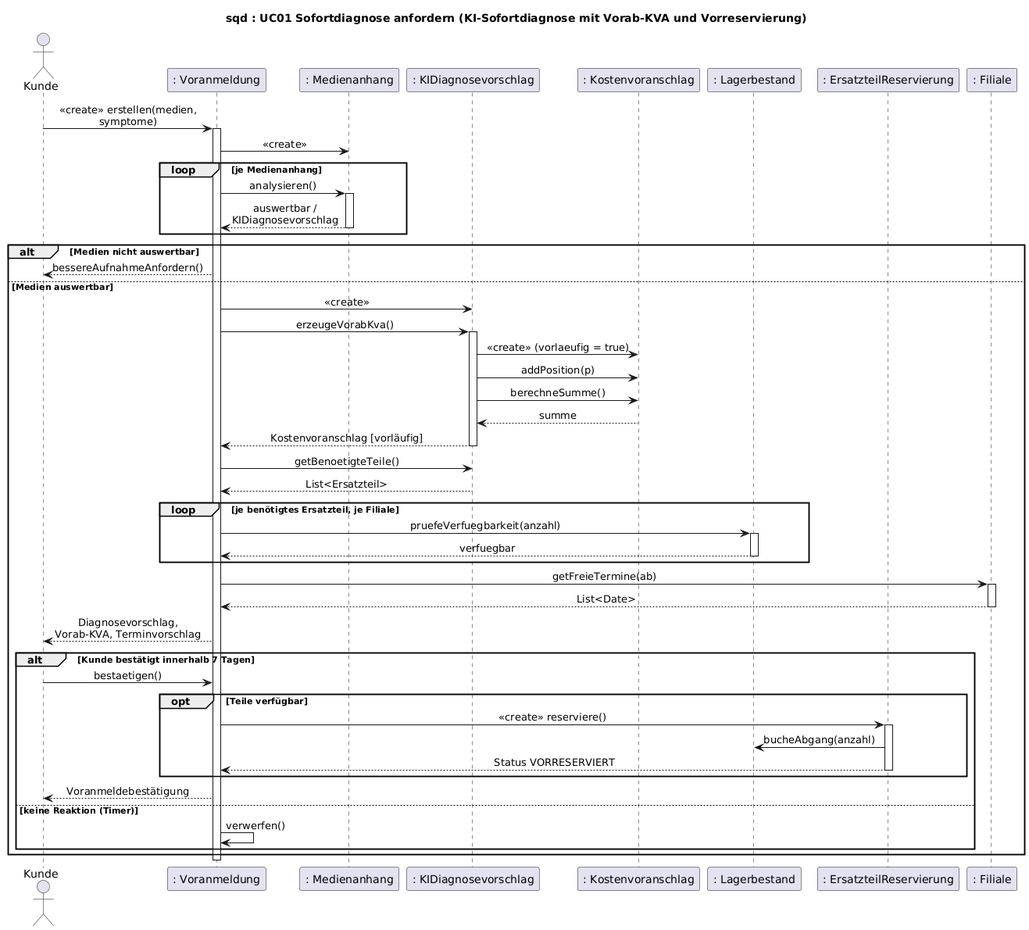
This is uml/sequenz-01-sofortdiagnose.png from jakobschwan123-cmd/casestudy-semester-3, a PlantUML export, as it was before one commit. Its diagram source:
```plantuml
@startuml
title sqd : UC01 Sofortdiagnose anfordern (KI-Sofortdiagnose mit Vorab-KVA und Vorreservierung)
skinparam defaultFontName Arial
skinparam sequenceMessageAlign center
skinparam maxMessageSize 200
actor Kunde
participant ": Voranmeldung" as VA
participant ": Medienanhang" as MA
participant ": KIDiagnosevorschlag" as KI
participant ": Kostenvoranschlag" as KVA
participant ": Lagerbestand" as LB
participant ": ErsatzteilReservierung" as RES
participant ": Filiale" as FIL

Kunde -> VA : <<create>> erstellen(medien, symptome)
activate VA
VA -> MA : <<create>>
loop je Medienanhang
    VA -> MA : analysieren()
    activate MA
    MA --> VA : auswertbar / KIDiagnosevorschlag
    deactivate MA
end
alt Medien nicht auswertbar
    VA --> Kunde : bessereAufnahmeAnfordern()
else Medien auswertbar
    VA -> KI : <<create>>
    VA -> KI : erzeugeVorabKva()
    activate KI
    KI -> KVA : <<create>> (vorlaeufig = true)
    KI -> KVA : addPosition(p)
    KI -> KVA : berechneSumme()
    KVA --> KI : summe
    KI --> VA : Kostenvoranschlag [vorläufig]
    deactivate KI
    VA -> KI : getBenoetigteTeile()
    KI --> VA : List<Ersatzteil>
    loop je benötigtes Ersatzteil, je Filiale
        VA -> LB : pruefeVerfuegbarkeit(anzahl)
        activate LB
        LB --> VA : verfuegbar
        deactivate LB
    end
    VA -> FIL : getFreieTermine(ab)
    activate FIL
    FIL --> VA : List<Date>
    deactivate FIL
    VA --> Kunde : Diagnosevorschlag, Vorab-KVA, Terminvorschlag
    alt Kunde bestätigt innerhalb 7 Tagen
        Kunde -> VA : bestaetigen()
        opt Teile verfügbar
            VA -> RES : <<create>> reserviere()
            activate RES
            RES -> LB : bucheAbgang(anzahl)
            RES --> VA : Status VORRESERVIERT
            deactivate RES
        end
        VA --> Kunde : Voranmeldebestätigung
    else keine Reaktion (Timer)
        VA -> VA : verwerfen()
    end
end
deactivate VA
@enduml
```
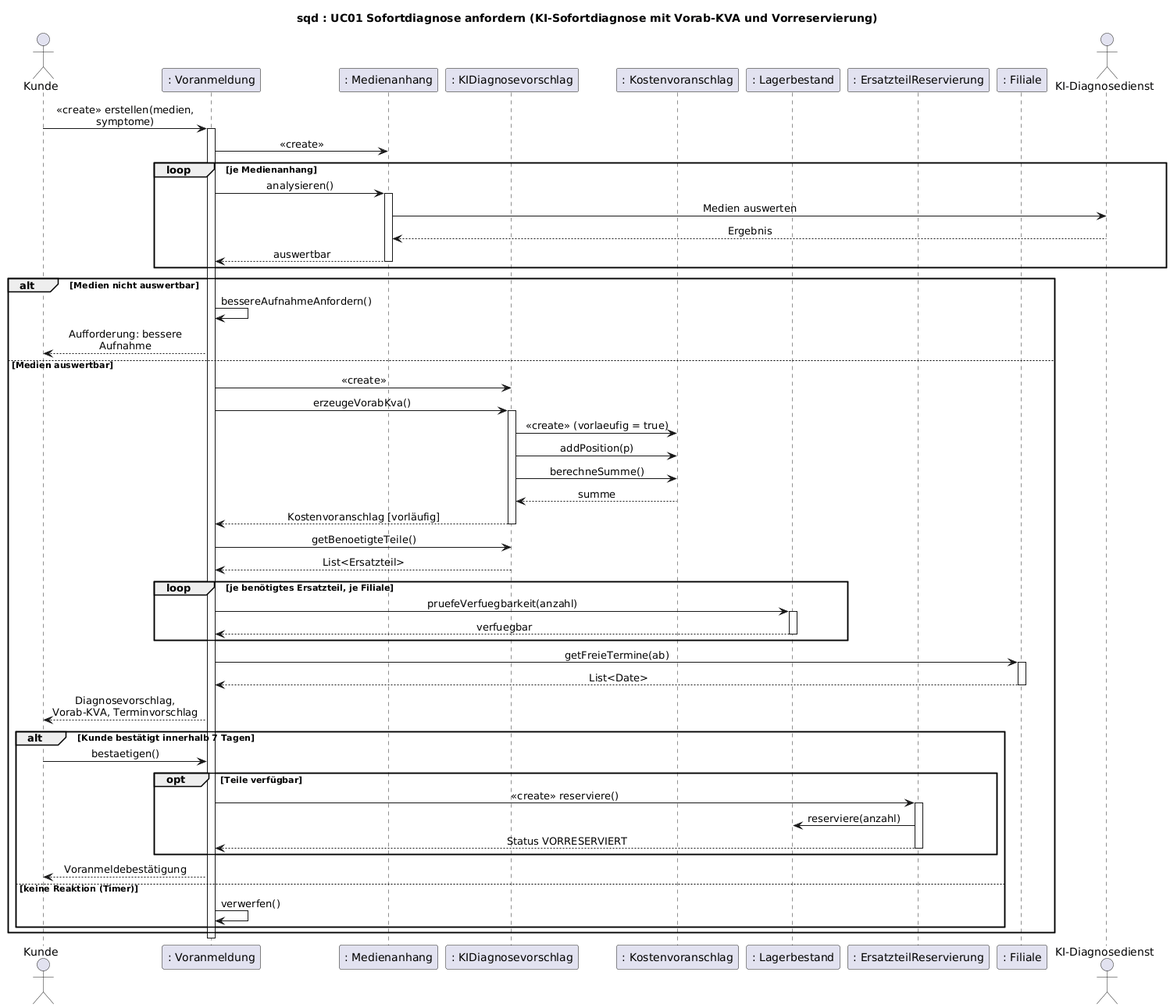
The same file after the commit.

The edit, as a diff of the source:
```diff
@@ -11,6 +11,7 @@
 participant ": Lagerbestand" as LB
 participant ": ErsatzteilReservierung" as RES
 participant ": Filiale" as FIL
+actor "KI-Diagnosedienst" as KIDienst
 
 Kunde -> VA : <<create>> erstellen(medien, symptome)
 activate VA
@@ -18,11 +19,14 @@
 loop je Medienanhang
     VA -> MA : analysieren()
     activate MA
-    MA --> VA : auswertbar / KIDiagnosevorschlag
+    MA -> KIDienst : Medien auswerten
+    KIDienst --> MA : Ergebnis
+    MA --> VA : auswertbar
     deactivate MA
 end
 alt Medien nicht auswertbar
-    VA --> Kunde : bessereAufnahmeAnfordern()
+    VA -> VA : bessereAufnahmeAnfordern()
+    VA --> Kunde : Aufforderung: bessere Aufnahme
 else Medien auswertbar
     VA -> KI : <<create>>
     VA -> KI : erzeugeVorabKva()
@@ -51,7 +55,7 @@
         opt Teile verfügbar
             VA -> RES : <<create>> reserviere()
             activate RES
-            RES -> LB : bucheAbgang(anzahl)
+            RES -> LB : reserviere(anzahl)
             RES --> VA : Status VORRESERVIERT
             deactivate RES
         end
```
